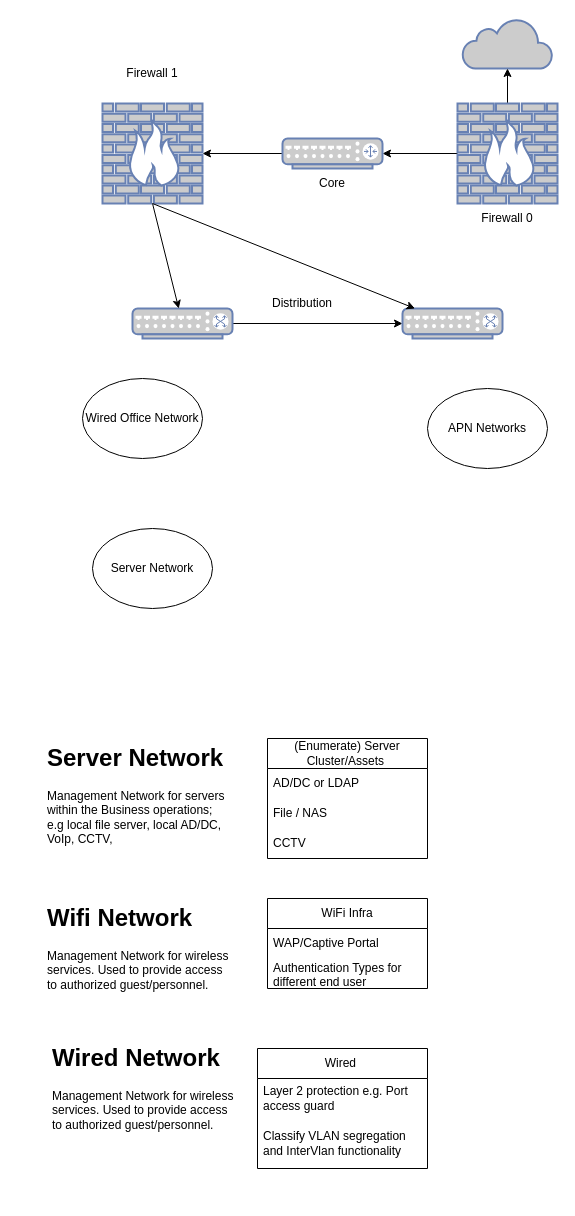
Earlier version of the draw.io diagram netdesign.drawio (3v1lch0nkz/frenchgrills). Source tidied: cells renumbered, new cells numbered last; positions are measured from the earlier drawing's top-left corner, leaving out a move shared by most shapes. Both pictures are drawn from the tidied source at 100%, with x=0, y=0 at pixel (42, 18).
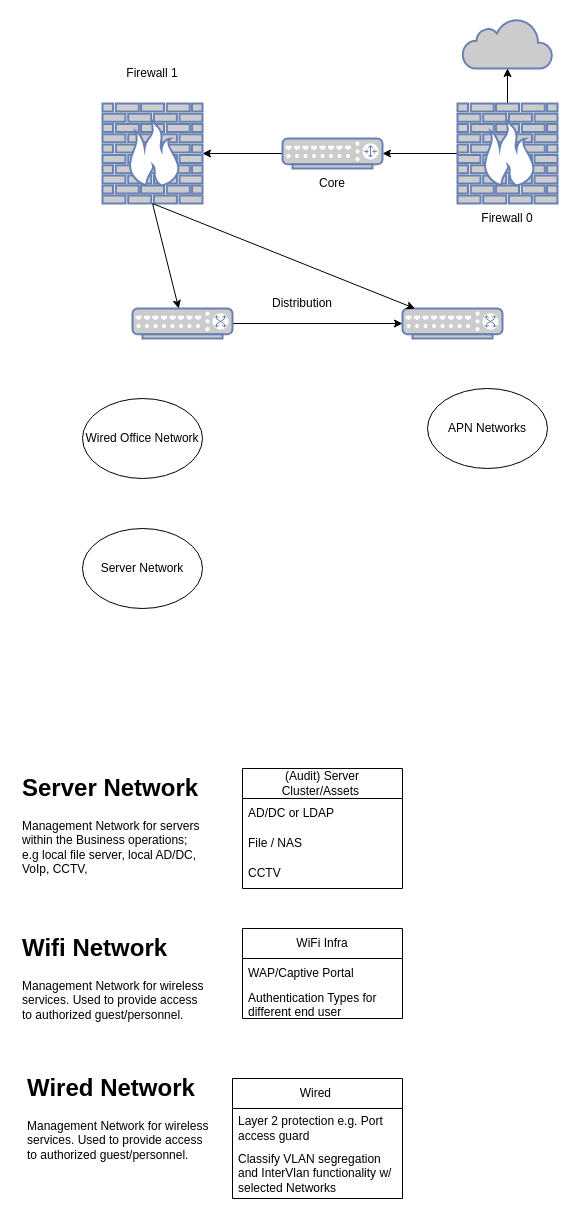
Above is the later version.

What changed in the source:
```diff
@@
     <mxCell id="14" value="Server Network&lt;br&gt;" style="ellipse;whiteSpace=wrap;html=1;" parent="1" vertex="1">
-      <mxGeometry x="50" y="510" width="120" height="80" as="geometry" />
+      <mxGeometry x="40" y="510" width="120" height="80" as="geometry" />
     </mxCell>
     <mxCell id="15" value="Wired Office Network" style="ellipse;whiteSpace=wrap;html=1;" parent="1" vertex="1">
-      <mxGeometry x="40" y="360" width="120" height="80" as="geometry" />
+      <mxGeometry x="40" y="380" width="120" height="80" as="geometry" />
     </mxCell>
@@
     <mxCell id="19" value="&lt;h1&gt;Server Network&lt;/h1&gt;&lt;p&gt;Management Network for servers within the Business operations; e.g local file server, local AD/DC, VoIp, CCTV,&amp;nbsp;&lt;/p&gt;&lt;p&gt;&lt;br&gt;&lt;/p&gt;" style="text;html=1;strokeColor=none;fillColor=none;spacing=5;spacingTop=-20;whiteSpace=wrap;overflow=hidden;rounded=0;" parent="1" vertex="1">
-      <mxGeometry y="720" width="190" height="120" as="geometry" />
+      <mxGeometry x="-25" y="750" width="190" height="120" as="geometry" />
     </mxCell>
-    <mxCell id="20" value="(Enumerate) Server Cluster/Assets&amp;nbsp;" style="swimlane;fontStyle=0;horizontal=1;startSize=30;whiteSpace=wrap;html=1;" parent="1" vertex="1">
-      <mxGeometry x="225" y="720" width="160" height="120" as="geometry" />
+    <mxCell id="20" value="(Audit) Server Cluster/Assets&amp;nbsp;" style="swimlane;fontStyle=0;horizontal=1;startSize=30;whiteSpace=wrap;html=1;" parent="1" vertex="1">
+      <mxGeometry x="200" y="750" width="160" height="120" as="geometry" />
     </mxCell>
@@
     <mxCell id="24" value="&lt;h1&gt;Wifi Network&lt;/h1&gt;&lt;p&gt;Management Network for wireless services. Used to provide access to authorized guest/personnel.&lt;/p&gt;&lt;p&gt;&lt;br&gt;&lt;/p&gt;" style="text;html=1;strokeColor=none;fillColor=none;spacing=5;spacingTop=-20;whiteSpace=wrap;overflow=hidden;rounded=0;" parent="1" vertex="1">
-      <mxGeometry y="880" width="190" height="120" as="geometry" />
+      <mxGeometry x="-25" y="910" width="190" height="120" as="geometry" />
     </mxCell>
     <mxCell id="25" value="WiFi Infra" style="swimlane;fontStyle=0;horizontal=1;startSize=30;whiteSpace=wrap;html=1;" parent="1" vertex="1">
-      <mxGeometry x="225" y="880" width="160" height="90" as="geometry" />
+      <mxGeometry x="200" y="910" width="160" height="90" as="geometry" />
     </mxCell>
@@
     <mxCell id="28" value="&lt;h1&gt;Wired Network&lt;/h1&gt;&lt;p&gt;Management Network for wireless services. Used to provide access to authorized guest/personnel.&lt;/p&gt;&lt;p&gt;&lt;br&gt;&lt;/p&gt;" style="text;html=1;strokeColor=none;fillColor=none;spacing=5;spacingTop=-20;whiteSpace=wrap;overflow=hidden;rounded=0;" parent="1" vertex="1">
-      <mxGeometry x="5" y="1020" width="190" height="120" as="geometry" />
+      <mxGeometry x="-20" y="1050" width="190" height="120" as="geometry" />
     </mxCell>
     <mxCell id="29" value="Wired&amp;nbsp;" style="swimlane;fontStyle=0;horizontal=1;startSize=30;whiteSpace=wrap;html=1;" parent="1" vertex="1">
-      <mxGeometry x="215" y="1030" width="170" height="120" as="geometry" />
+      <mxGeometry x="190" y="1060" width="170" height="120" as="geometry" />
     </mxCell>
@@
-    <mxCell id="31" value="Classify VLAN segregation and InterVlan functionality&lt;br&gt;" style="text;strokeColor=none;fillColor=none;align=left;verticalAlign=middle;spacingLeft=4;spacingRight=4;overflow=hidden;whiteSpace=wrap;html=1;" parent="29" vertex="1">
+    <mxCell id="31" value="Classify VLAN segregation and InterVlan functionality w/ selected Networks" style="text;strokeColor=none;fillColor=none;align=left;verticalAlign=middle;spacingLeft=4;spacingRight=4;overflow=hidden;whiteSpace=wrap;html=1;" parent="29" vertex="1">
       <mxGeometry y="70" width="170" height="50" as="geometry" />
     </mxCell>
```
